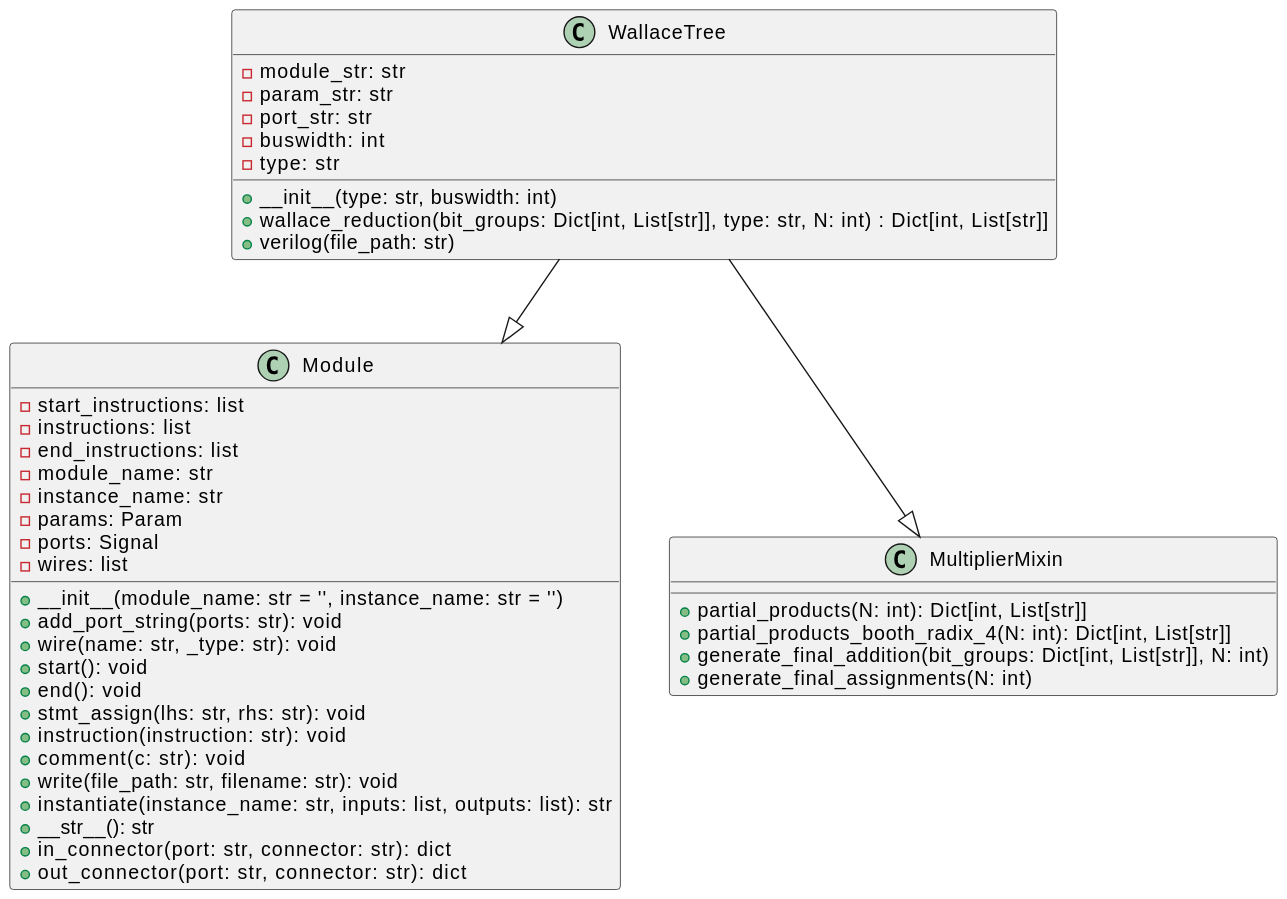
Earlier version of the PlantUML export docs/images_scripts_uml/Multiplier_WallaceTree.svg (sean-galloway/RTLDesignSherpa). The source it was exported from:
```plantuml
@startuml
!include verilog_Module_UML.puml
!include Multiplier_Mixin_UML.puml

class WallaceTree {
  - module_str: str
  - param_str: str
  - port_str: str
  - buswidth: int
  - type: str
  + __init__(type: str, buswidth: int)
  + wallace_reduction(bit_groups: Dict[int, List[str]], type: str, N: int) : Dict[int, List[str]]
  + verilog(file_path: str)
}

WallaceTree --|> Module
WallaceTree --|> MultiplierMixin
@enduml
```
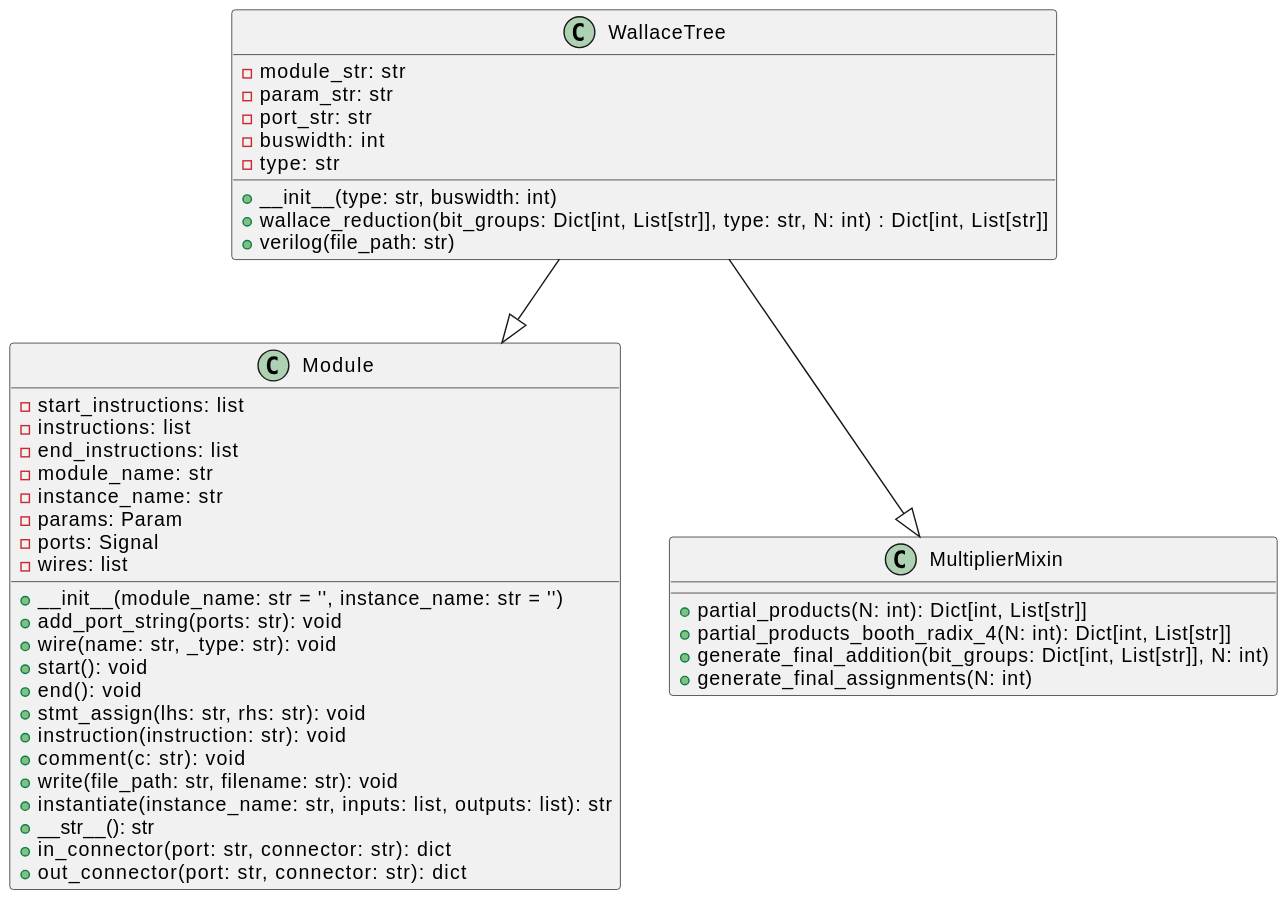
After the change.

The edit, as a diff of the source:
```diff
@@ -1,4 +1,4 @@
-@startuml
+@startuml Multiplier_WallaceTree
 !include verilog_Module_UML.puml
 !include Multiplier_Mixin_UML.puml
 
@@ -15,4 +15,5 @@
 
 WallaceTree --|> Module
 WallaceTree --|> MultiplierMixin
+
 @enduml
```
